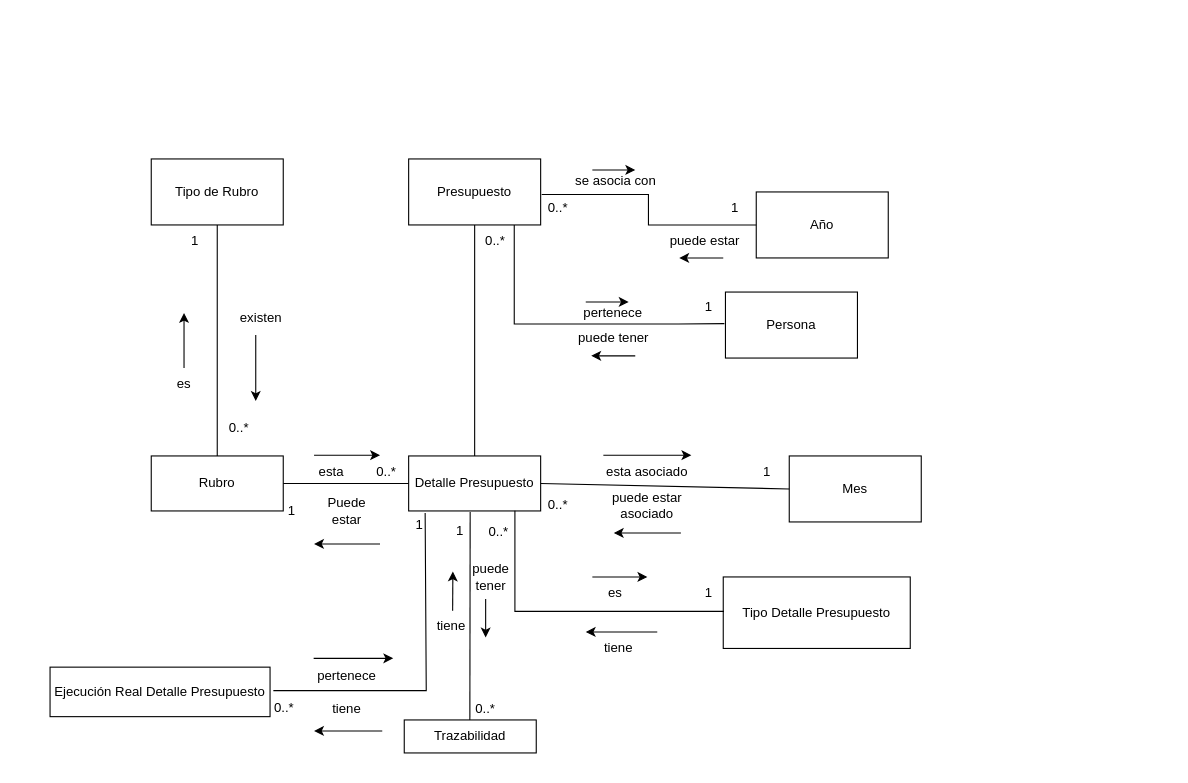
F3liP3L/Proyecto-Documentacion keeps this draw.io diagram as Clase/Modelado de dominio/Modelo anemico/DDD_ModeloAnemico.drawio. Above is the earlier version. Source tidied: cells renumbered, new cells numbered last; positions are measured from the earlier drawing's top-left corner, leaving out a move shared by most shapes. Both pictures are drawn from the tidied source at 110%, with x=0, y=0 at pixel (50, 158).
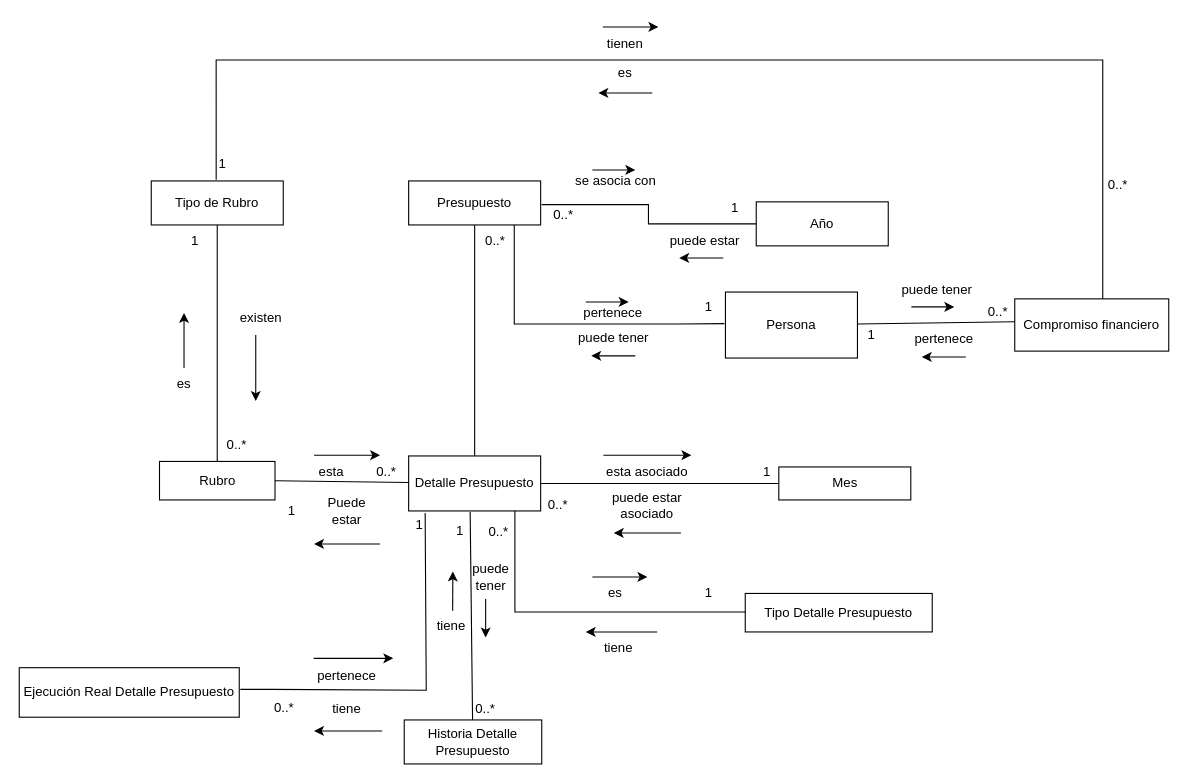
The same diagram, later.

Commit message (it also covers changes not shown here):
actualizando MD-clase

The change refers to these unchanged cells:
```xml
<mxCell id="4" value="Detalle Presupuesto" style="rounded=0;whiteSpace=wrap;html=1;" parent="1" vertex="1">
  <mxGeometry x="326" y="270" width="120" height="50" as="geometry" />
</mxCell>
<mxCell id="8" value="Persona" style="rounded=0;whiteSpace=wrap;html=1;" parent="1" vertex="1">
  <mxGeometry x="614" y="121" width="120" height="60" as="geometry" />
</mxCell>
```

What changed in the source:
```diff
@@
     <mxCell id="2" value="Tipo de Rubro" style="rounded=0;whiteSpace=wrap;html=1;" parent="1" vertex="1">
-      <mxGeometry x="92" width="120" height="60" as="geometry" />
+      <mxGeometry x="92" y="20" width="120" height="40" as="geometry" />
     </mxCell>
     <mxCell id="3" value="Rubro" style="rounded=0;whiteSpace=wrap;html=1;" parent="1" vertex="1">
-      <mxGeometry x="92" y="270" width="120" height="50" as="geometry" />
+      <mxGeometry x="99.5" y="275" width="105" height="35" as="geometry" />
     </mxCell>
@@
     <mxCell id="5" value="Mes" style="rounded=0;whiteSpace=wrap;html=1;" parent="1" vertex="1">
-      <mxGeometry x="672" y="270" width="120" height="60" as="geometry" />
+      <mxGeometry x="662.5" y="280" width="120" height="30" as="geometry" />
     </mxCell>
     <mxCell id="6" value="Presupuesto" style="rounded=0;whiteSpace=wrap;html=1;" parent="1" vertex="1">
-      <mxGeometry x="326" width="120" height="60" as="geometry" />
+      <mxGeometry x="326" y="20" width="120" height="40" as="geometry" />
     </mxCell>
     <mxCell id="7" value="Año" style="rounded=0;whiteSpace=wrap;html=1;" parent="1" vertex="1">
-      <mxGeometry x="642" y="30" width="120" height="60" as="geometry" />
+      <mxGeometry x="642" y="39" width="120" height="40" as="geometry" />
     </mxCell>
@@
     <mxCell id="10" value="0..*" style="text;html=1;strokeColor=none;fillColor=none;align=center;verticalAlign=middle;whiteSpace=wrap;rounded=0;" parent="1" vertex="1">
-      <mxGeometry x="142" y="230" width="60" height="30" as="geometry" />
+      <mxGeometry x="140" y="245" width="60" height="30" as="geometry" />
     </mxCell>
@@
     <mxCell id="15" value="Tipo Detalle Presupuesto" style="rounded=0;whiteSpace=wrap;html=1;" parent="1" vertex="1">
-      <mxGeometry x="612" y="380" width="170" height="65" as="geometry" />
+      <mxGeometry x="632" y="395" width="170" height="35" as="geometry" />
     </mxCell>
@@
     <mxCell id="21" value="0..*" style="text;html=1;strokeColor=none;fillColor=none;align=center;verticalAlign=middle;whiteSpace=wrap;rounded=0;" parent="1" vertex="1">
-      <mxGeometry x="442" y="30" width="40" height="30" as="geometry" />
+      <mxGeometry x="447" y="36.2" width="40" height="30" as="geometry" />
     </mxCell>
@@
     <mxCell id="47" value="Ejecución Real Detalle Presupuesto" style="rounded=0;whiteSpace=wrap;html=1;" parent="1" vertex="1">
-      <mxGeometry y="462" width="200" height="45" as="geometry" />
+      <mxGeometry x="-28" y="462.5" width="200" height="45" as="geometry" />
     </mxCell>
-    <mxCell id="48" style="endArrow=none;html=1;rounded=0;edgeStyle=orthogonalEdgeStyle;exitX=1.015;exitY=0.474;exitDx=0;exitDy=0;exitPerimeter=0;entryX=0.125;entryY=1.037;entryDx=0;entryDy=0;entryPerimeter=0;" parent="1" edge="1" source="47" target="4">
+    <mxCell id="48" style="endArrow=none;html=1;rounded=0;edgeStyle=orthogonalEdgeStyle;exitX=1.005;exitY=0.438;exitDx=0;exitDy=0;exitPerimeter=0;entryX=0.125;entryY=1.037;entryDx=0;entryDy=0;entryPerimeter=0;" parent="1" edge="1" source="47" target="4">
       <mxGeometry relative="1" as="geometry">
         <Array as="points">
+          <mxPoint x="201" y="483" />
           <mxPoint x="342" y="483" />
           <mxPoint x="342" y="322" />
         </Array>
       </mxGeometry>
     </mxCell>
@@
-    <mxCell id="62" value="Trazabilidad" style="rounded=0;whiteSpace=wrap;html=1;" parent="1" vertex="1">
-      <mxGeometry x="322" y="510" width="120" height="30" as="geometry" />
+    <mxCell id="62" value="Historia Detalle Presupuesto" style="rounded=0;whiteSpace=wrap;html=1;" parent="1" vertex="1">
+      <mxGeometry x="322" y="510" width="125" height="40" as="geometry" />
     </mxCell>
@@
+    <mxCell id="69" value="Compromiso financiero" style="rounded=0;whiteSpace=wrap;html=1;" parent="1" vertex="1">
+      <mxGeometry x="877" y="127.2" width="140" height="47.5" as="geometry" />
+    </mxCell>
+    <mxCell id="70" style="endArrow=none;html=1;rounded=0;entryX=0;entryY=0.437;entryDx=0;entryDy=0;entryPerimeter=0;" parent="1" edge="1" source="8" target="69">
+      <mxGeometry relative="1" as="geometry" />
+    </mxCell>
+    <mxCell id="71" style="endArrow=none;html=1;rounded=0;exitX=0.492;exitY=-0.025;exitDx=0;exitDy=0;exitPerimeter=0;edgeStyle=orthogonalEdgeStyle;" parent="1" edge="1" source="2" target="69">
+      <mxGeometry relative="1" as="geometry">
+        <Array as="points">
+          <mxPoint x="151" y="-90" />
+          <mxPoint x="957" y="-90" />
+        </Array>
+      </mxGeometry>
+    </mxCell>
+    <mxCell id="72" value="0..*" style="text;html=1;strokeColor=none;fillColor=none;align=center;verticalAlign=middle;whiteSpace=wrap;rounded=0;" parent="1" vertex="1">
+      <mxGeometry x="956" y="9" width="30" height="30" as="geometry" />
+    </mxCell>
+    <mxCell id="73" value="0..*" style="text;html=1;strokeColor=none;fillColor=none;align=center;verticalAlign=middle;whiteSpace=wrap;rounded=0;" parent="1" vertex="1">
+      <mxGeometry x="847" y="124" width="30" height="30" as="geometry" />
+    </mxCell>
+    <mxCell id="74" value="1" style="text;html=1;strokeColor=none;fillColor=none;align=center;verticalAlign=middle;whiteSpace=wrap;rounded=0;" parent="1" vertex="1">
+      <mxGeometry x="732" y="144.8" width="30" height="30" as="geometry" />
+    </mxCell>
+    <mxCell id="75" value="1" style="text;html=1;strokeColor=none;fillColor=none;align=center;verticalAlign=middle;whiteSpace=wrap;rounded=0;" parent="1" vertex="1">
+      <mxGeometry x="142" y="-10" width="30" height="30" as="geometry" />
+    </mxCell>
+    <mxCell id="76" value="es" style="text;html=1;strokeColor=none;fillColor=none;align=center;verticalAlign=middle;whiteSpace=wrap;rounded=0;" parent="1" vertex="1">
+      <mxGeometry x="492.5" y="-88" width="60" height="20" as="geometry" />
+    </mxCell>
+    <mxCell id="77" value="tienen" style="text;html=1;strokeColor=none;fillColor=none;align=center;verticalAlign=middle;whiteSpace=wrap;rounded=0;" parent="1" vertex="1">
+      <mxGeometry x="493" y="-114" width="60" height="20" as="geometry" />
+    </mxCell>
+    <mxCell id="78" style="endArrow=classic;html=1;rounded=0;" parent="1" edge="1">
+      <mxGeometry relative="1" as="geometry">
+        <mxPoint x="502.5" y="-120" as="sourcePoint" />
+        <mxPoint x="553" y="-120" as="targetPoint" />
+      </mxGeometry>
+    </mxCell>
+    <mxCell id="79" style="endArrow=classic;html=1;rounded=0;" parent="1" edge="1">
+      <mxGeometry relative="1" as="geometry">
+        <mxPoint x="547.5" y="-60" as="sourcePoint" />
+        <mxPoint x="498.5" y="-60" as="targetPoint" />
+      </mxGeometry>
+    </mxCell>
+    <mxCell id="80" value="pertenece" style="text;html=1;strokeColor=none;fillColor=none;align=center;verticalAlign=middle;whiteSpace=wrap;rounded=0;" parent="1" vertex="1">
+      <mxGeometry x="782.5" y="154" width="60" height="20" as="geometry" />
+    </mxCell>
+    <mxCell id="81" style="endArrow=classic;html=1;rounded=0;" parent="1" edge="1">
+      <mxGeometry relative="1" as="geometry">
+        <mxPoint x="832.5" y="180" as="sourcePoint" />
+        <mxPoint x="792.5" y="180" as="targetPoint" />
+      </mxGeometry>
+    </mxCell>
+    <mxCell id="82" value="puede tener" style="text;html=1;strokeColor=none;fillColor=none;align=center;verticalAlign=middle;whiteSpace=wrap;rounded=0;" parent="1" vertex="1">
+      <mxGeometry x="766" y="108" width="81" height="22" as="geometry" />
+    </mxCell>
+    <mxCell id="83" style="endArrow=classic;html=1;rounded=0;" parent="1" edge="1">
+      <mxGeometry relative="1" as="geometry">
+        <mxPoint x="783" y="134.5" as="sourcePoint" />
+        <mxPoint x="822" y="134.5" as="targetPoint" />
+      </mxGeometry>
+    </mxCell>
```
